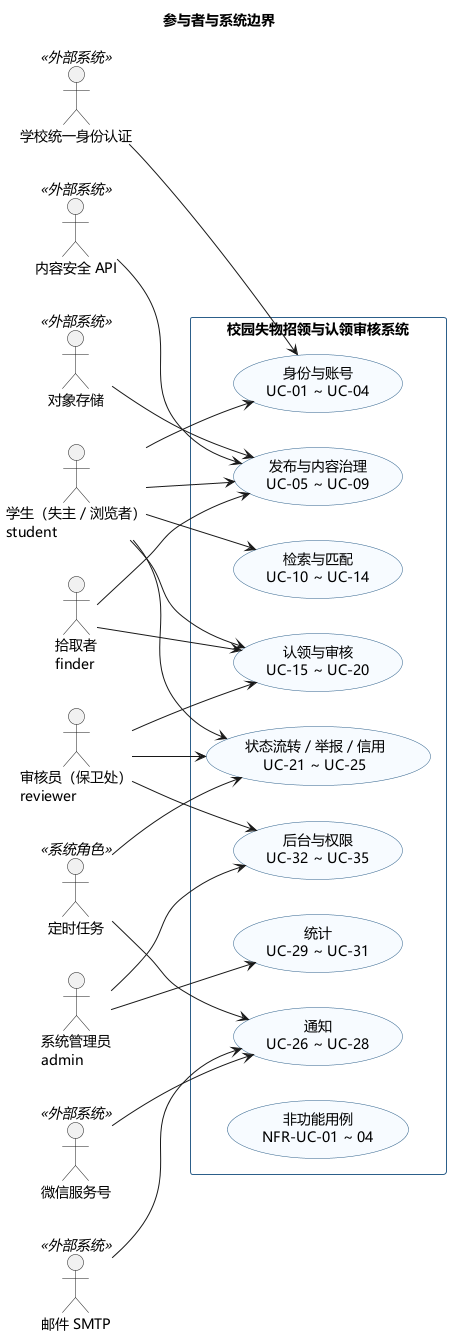
phao90016-jpg/Tongji-campus-lost-found keeps this PlantUML diagram as docs/assets/usecase-actors.png. Above is the earlier version.
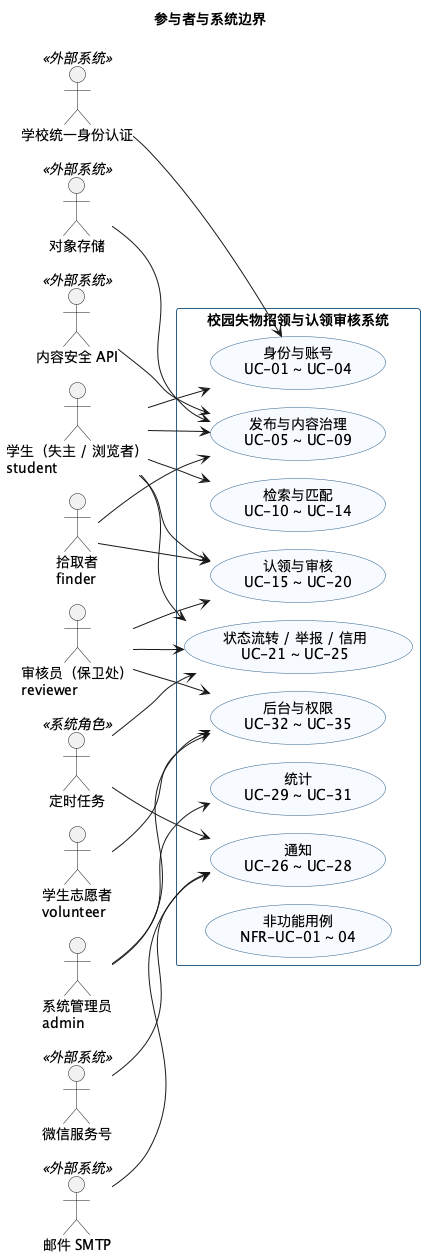
Later version of the same file.

What changed in the source:
```diff
@@ -1,4 +1,5 @@
 @startuml usecase-actors
+!pragma layout smetana
 title 参与者与系统边界
 
 skinparam shadowing false
@@ -16,6 +17,7 @@
 actor "学生（失主 / 浏览者）\nstudent" as STU
 actor "拾取者\nfinder" as FINDER
 actor "审核员（保卫处）\nreviewer" as REVIEWER
+actor "学生志愿者\nvolunteer" as VOL
 actor "系统管理员\nadmin" as ADMIN
 actor "定时任务" as SCHED <<系统角色>>
 
@@ -47,6 +49,7 @@
 REVIEWER --> M_D
 REVIEWER --> M_E
 REVIEWER --> M_H
+VOL --> M_H
 ADMIN --> M_G
 ADMIN --> M_H
 SCHED --> M_E
```
